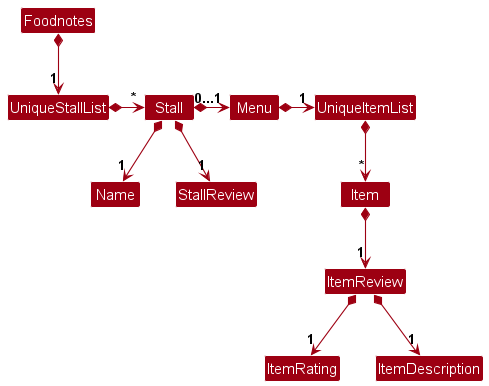
Earlier version of the PlantUML export docs/images/BetterModelClassDiagram.png (teoks0199/tp). Source of this version:
```plantuml
@startuml
!include style.puml
skinparam arrowThickness 1.1
skinparam arrowColor MODEL_COLOR
skinparam classBackgroundColor MODEL_COLOR

Foodnotes *-down-> "1" UniqueStallList
UniqueStallList *-right-> "*" Stall
Stall *-down-> "1" Name
Stall *-down-> "1" StallReview
Stall *-right-> "0...1" Menu
Menu *-right-> "1" UniqueItemList
UniqueItemList *-down-> "*" Item
Item *-down-> "1" ItemReview
ItemReview *-down-> "1" ItemRating
ItemReview *-down-> "1" ItemDescription

@enduml
```
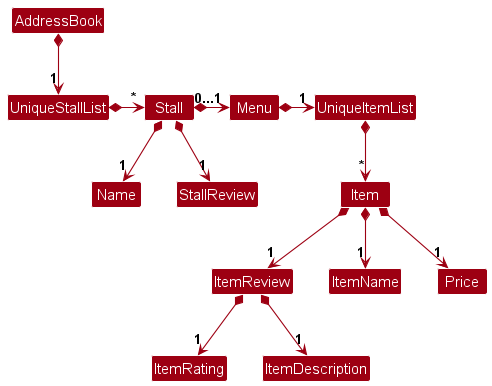
Later version of the same file.

The edit, as a diff of the source:
```diff
@@ -4,7 +4,7 @@
 skinparam arrowColor MODEL_COLOR
 skinparam classBackgroundColor MODEL_COLOR
 
-Foodnotes *-down-> "1" UniqueStallList
+AddressBook *-down-> "1" UniqueStallList
 UniqueStallList *-right-> "*" Stall
 Stall *-down-> "1" Name
 Stall *-down-> "1" StallReview
@@ -12,6 +12,8 @@
 Menu *-right-> "1" UniqueItemList
 UniqueItemList *-down-> "*" Item
 Item *-down-> "1" ItemReview
+Item *-down-> "1" ItemName
+Item *-down-> "1" Price
 ItemReview *-down-> "1" ItemRating
 ItemReview *-down-> "1" ItemDescription
 
```
